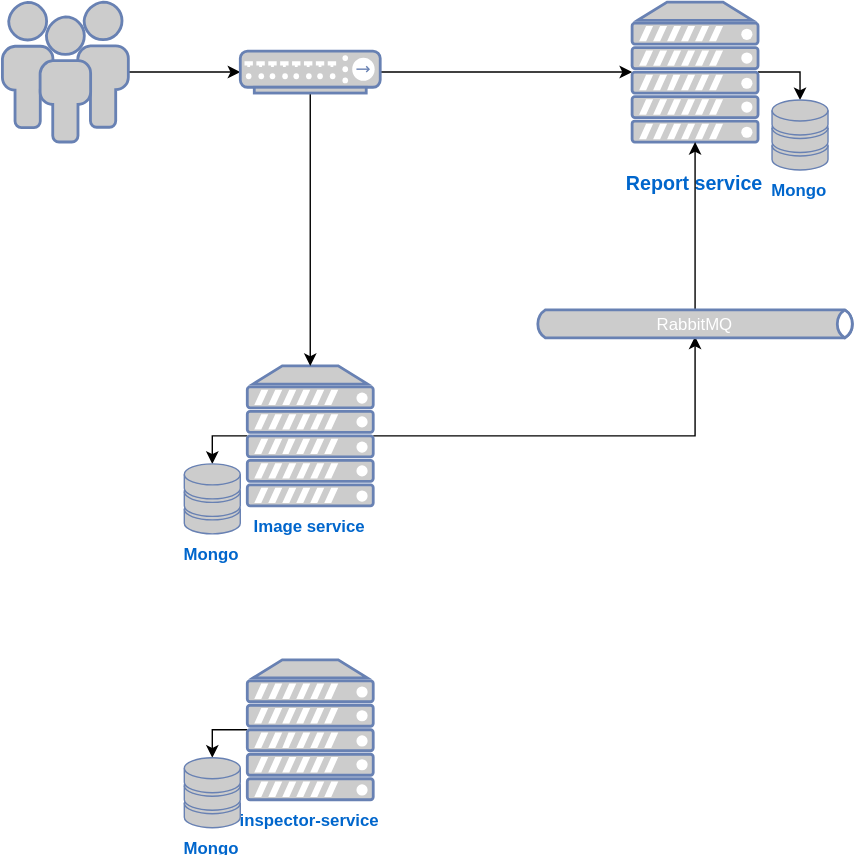
LvivNodeJsClub/parking-snitch keeps this draw.io diagram as docs/parking-snitch.svg. Above is the earlier version. Source tidied: cells renumbered, new cells last; positions are measured from the earlier drawing's top-left corner, leaving out a move shared by most shapes.
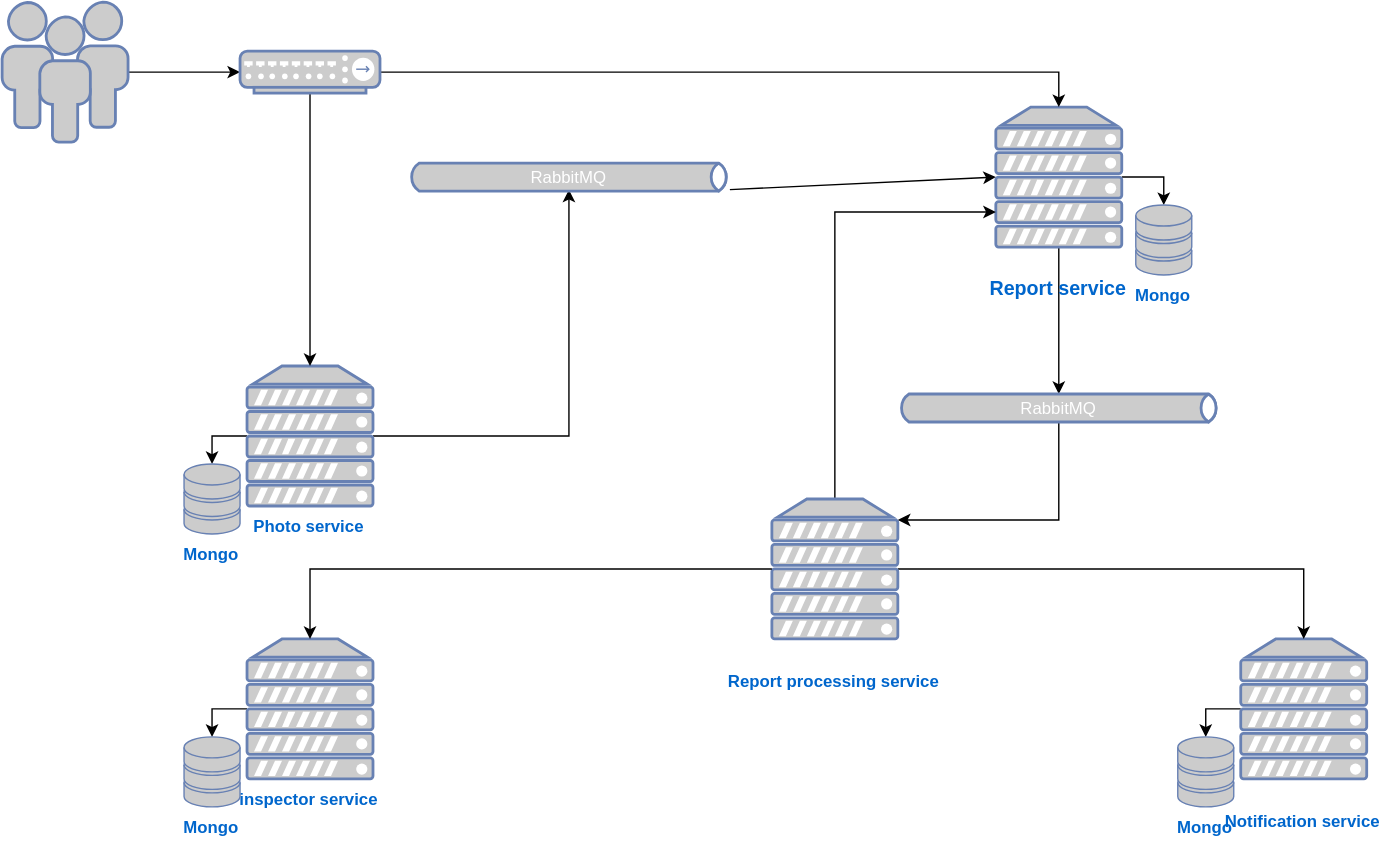
Later version of the same file.

Change to the diagram source:
```diff
@@ -11,11 +11,14 @@
     <mxCell id="4" style="edgeStyle=orthogonalEdgeStyle;rounded=0;html=1;entryX=0.5;entryY=0;entryPerimeter=0;jettySize=auto;" parent="1" edge="1" source="5" target="6">
       <mxGeometry relative="1" as="geometry" />
     </mxCell>
+    <mxCell id="19" style="edgeStyle=orthogonalEdgeStyle;rounded=0;jettySize=auto;html=1;" parent="1" edge="1" source="5" target="28">
+      <mxGeometry relative="1" as="geometry" />
+    </mxCell>
     <mxCell id="5" value="&lt;h3&gt;Report service&lt;/h3&gt;" style="fontColor=#0066CC;verticalAlign=top;verticalLabelPosition=bottom;labelPosition=center;align=center;html=1;outlineConnect=0;fillColor=#CCCCCC;strokeColor=#6881B3;gradientColor=none;gradientDirection=north;strokeWidth=2;shape=mxgraph.networks.server;" parent="1" vertex="1">
-      <mxGeometry x="450" width="90" height="100" as="geometry" />
+      <mxGeometry x="710" y="75" width="90" height="100" as="geometry" />
     </mxCell>
     <mxCell id="6" value="&lt;b&gt;Mongo&lt;/b&gt;" style="fontColor=#0066CC;verticalAlign=top;verticalLabelPosition=bottom;labelPosition=center;align=center;html=1;outlineConnect=0;fillColor=#CCCCCC;strokeColor=#6881B3;gradientColor=none;gradientDirection=north;strokeWidth=2;shape=mxgraph.networks.storage;" parent="1" vertex="1">
-      <mxGeometry x="550" y="70" width="40" height="50" as="geometry" />
+      <mxGeometry x="810" y="145" width="40" height="50" as="geometry" />
     </mxCell>
     <mxCell id="7" style="edgeStyle=orthogonalEdgeStyle;rounded=0;html=1;jettySize=auto;" parent="1" edge="1" source="9" target="11">
       <mxGeometry relative="1" as="geometry" />
@@ -23,16 +26,16 @@
     <mxCell id="8" style="edgeStyle=orthogonalEdgeStyle;rounded=0;html=1;entryX=0.5;entryY=0;entryPerimeter=0;jettySize=auto;" parent="1" edge="1" source="9" target="15">
       <mxGeometry relative="1" as="geometry" />
     </mxCell>
-    <mxCell id="9" value="&lt;b&gt;Image service&lt;/b&gt;&lt;br&gt;" style="fontColor=#0066CC;verticalAlign=top;verticalLabelPosition=bottom;labelPosition=center;align=center;html=1;outlineConnect=0;fillColor=#CCCCCC;strokeColor=#6881B3;gradientColor=none;gradientDirection=north;strokeWidth=2;shape=mxgraph.networks.server;" parent="1" vertex="1">
+    <mxCell id="9" value="&lt;b&gt;Photo service&lt;/b&gt;&lt;br&gt;" style="fontColor=#0066CC;verticalAlign=top;verticalLabelPosition=bottom;labelPosition=center;align=center;html=1;outlineConnect=0;fillColor=#CCCCCC;strokeColor=#6881B3;gradientColor=none;gradientDirection=north;strokeWidth=2;shape=mxgraph.networks.server;" parent="1" vertex="1">
       <mxGeometry x="175" y="260" width="90" height="100" as="geometry" />
     </mxCell>
-    <mxCell id="10" style="edgeStyle=orthogonalEdgeStyle;rounded=0;html=1;jettySize=auto;" parent="1" edge="1" source="11" target="5">
+    <mxCell id="10" style="edgeStyle=orthogonalEdgeStyle;rounded=0;jettySize=auto;html=1;" parent="1" edge="1" source="11" target="5">
       <mxGeometry relative="1" as="geometry" />
     </mxCell>
     <mxCell id="11" value="RabbitMQ&lt;br&gt;" style="html=1;outlineConnect=0;fillColor=#CCCCCC;strokeColor=#6881B3;gradientColor=none;gradientDirection=north;strokeWidth=2;shape=mxgraph.networks.bus;gradientColor=none;gradientDirection=north;fontColor=#ffffff;perimeter=backbonePerimeter;backboneSize=20;" parent="1" vertex="1">
-      <mxGeometry x="380" y="220" width="230" height="20" as="geometry" />
+      <mxGeometry x="290" y="115" width="230" height="20" as="geometry" />
     </mxCell>
-    <mxCell id="12" style="edgeStyle=orthogonalEdgeStyle;rounded=0;html=1;exitX=1;exitY=0.5;exitPerimeter=0;jettySize=auto;" parent="1" edge="1" source="14" target="5">
+    <mxCell id="12" style="edgeStyle=orthogonalEdgeStyle;rounded=0;html=1;exitX=1;exitY=0.5;exitPerimeter=0;jettySize=auto;entryX=0.5;entryY=0;entryDx=0;entryDy=0;entryPerimeter=0;" parent="1" edge="1" source="14" target="5">
       <mxGeometry relative="1" as="geometry" />
     </mxCell>
     <mxCell id="13" style="edgeStyle=orthogonalEdgeStyle;rounded=0;html=1;exitX=0.5;exitY=1;exitPerimeter=0;jettySize=auto;" parent="1" edge="1" source="14" target="9">
@@ -47,11 +50,42 @@
     <mxCell id="16" style="edgeStyle=orthogonalEdgeStyle;rounded=0;html=1;entryX=0.5;entryY=0;entryPerimeter=0;jettySize=auto;" parent="1" edge="1" source="17" target="18">
       <mxGeometry relative="1" as="geometry" />
     </mxCell>
-    <mxCell id="17" value="&lt;span&gt;&lt;b&gt;inspector-service&lt;/b&gt;&lt;/span&gt;&lt;br&gt;" style="fontColor=#0066CC;verticalAlign=top;verticalLabelPosition=bottom;labelPosition=center;align=center;html=1;outlineConnect=0;fillColor=#CCCCCC;strokeColor=#6881B3;gradientColor=none;gradientDirection=north;strokeWidth=2;shape=mxgraph.networks.server;" parent="1" vertex="1">
-      <mxGeometry x="175" y="470" width="90" height="100" as="geometry" />
+    <mxCell id="17" value="&lt;span&gt;&lt;b&gt;inspector service&lt;/b&gt;&lt;/span&gt;&lt;br&gt;" style="fontColor=#0066CC;verticalAlign=top;verticalLabelPosition=bottom;labelPosition=center;align=center;html=1;outlineConnect=0;fillColor=#CCCCCC;strokeColor=#6881B3;gradientColor=none;gradientDirection=north;strokeWidth=2;shape=mxgraph.networks.server;" parent="1" vertex="1">
+      <mxGeometry x="175" y="455" width="90" height="100" as="geometry" />
     </mxCell>
     <mxCell id="18" value="&lt;b&gt;Mongo&lt;/b&gt;" style="fontColor=#0066CC;verticalAlign=top;verticalLabelPosition=bottom;labelPosition=center;align=center;html=1;outlineConnect=0;fillColor=#CCCCCC;strokeColor=#6881B3;gradientColor=none;gradientDirection=north;strokeWidth=2;shape=mxgraph.networks.storage;" parent="1" vertex="1">
-      <mxGeometry x="130" y="540" width="40" height="50" as="geometry" />
+      <mxGeometry x="130" y="525" width="40" height="50" as="geometry" />
     </mxCell>
+    <mxCell id="20" style="edgeStyle=orthogonalEdgeStyle;rounded=0;html=1;entryX=0.5;entryY=0;entryPerimeter=0;jettySize=auto;" parent="1" edge="1" source="21" target="22">
+      <mxGeometry relative="1" as="geometry" />
+    </mxCell>
+    <mxCell id="21" value="&lt;h4&gt;N&lt;a href=&quot;https://github.com/LvivNodeJsClub/parking-snitch/projects/6&quot;&gt;otification service&lt;/a&gt;&lt;/h4&gt;" style="fontColor=#0066CC;verticalAlign=top;verticalLabelPosition=bottom;labelPosition=center;align=center;html=1;outlineConnect=0;fillColor=#CCCCCC;strokeColor=#6881B3;gradientColor=none;gradientDirection=north;strokeWidth=2;shape=mxgraph.networks.server;" parent="1" vertex="1">
+      <mxGeometry x="885" y="455" width="90" height="100" as="geometry" />
+    </mxCell>
+    <mxCell id="22" value="&lt;b&gt;Mongo&lt;/b&gt;" style="fontColor=#0066CC;verticalAlign=top;verticalLabelPosition=bottom;labelPosition=center;align=center;html=1;outlineConnect=0;fillColor=#CCCCCC;strokeColor=#6881B3;gradientColor=none;gradientDirection=north;strokeWidth=2;shape=mxgraph.networks.storage;" parent="1" vertex="1">
+      <mxGeometry x="840" y="525" width="40" height="50" as="geometry" />
+    </mxCell>
+    <mxCell id="23" style="edgeStyle=orthogonalEdgeStyle;rounded=0;jettySize=auto;html=1;entryX=0.5;entryY=0;entryDx=0;entryDy=0;entryPerimeter=0;" parent="1" edge="1" source="25" target="21">
+      <mxGeometry relative="1" as="geometry" />
+    </mxCell>
+    <mxCell id="24" style="edgeStyle=orthogonalEdgeStyle;rounded=0;jettySize=auto;html=1;" parent="1" edge="1" source="25" target="5">
+      <mxGeometry relative="1" as="geometry">
+        <Array as="points">
+          <mxPoint x="595" y="150" />
+        </Array>
+      </mxGeometry>
+    </mxCell>
+    <mxCell id="25" value="&lt;h4&gt;&lt;a href=&quot;https://github.com/LvivNodeJsClub/parking-snitch/projects/7&quot;&gt;Report processing service&lt;/a&gt;&lt;/h4&gt;" style="fontColor=#0066CC;verticalAlign=top;verticalLabelPosition=bottom;labelPosition=center;align=center;html=1;outlineConnect=0;fillColor=#CCCCCC;strokeColor=#6881B3;gradientColor=none;gradientDirection=north;strokeWidth=2;shape=mxgraph.networks.server;" parent="1" vertex="1">
+      <mxGeometry x="550" y="355" width="90" height="100" as="geometry" />
+    </mxCell>
+    <mxCell id="26" style="edgeStyle=orthogonalEdgeStyle;rounded=0;html=1;jettySize=auto;entryX=0.5;entryY=0;entryDx=0;entryDy=0;entryPerimeter=0;" parent="1" edge="1" source="25" target="17">
+      <mxGeometry relative="1" as="geometry" />
+    </mxCell>
+    <mxCell id="27" style="edgeStyle=orthogonalEdgeStyle;rounded=0;jettySize=auto;html=1;entryX=1;entryY=0.15;entryDx=0;entryDy=0;entryPerimeter=0;" parent="1" edge="1" source="28" target="25">
+      <mxGeometry relative="1" as="geometry" />
+    </mxCell>
+    <mxCell id="28" value="RabbitMQ&lt;br&gt;" style="html=1;outlineConnect=0;fillColor=#CCCCCC;strokeColor=#6881B3;gradientColor=none;gradientDirection=north;strokeWidth=2;shape=mxgraph.networks.bus;gradientColor=none;gradientDirection=north;fontColor=#ffffff;perimeter=backbonePerimeter;backboneSize=20;" parent="1" vertex="1">
+      <mxGeometry x="640" y="280" width="230" height="20" as="geometry" />
+    </mxCell>
   </root>
 </mxGraphModel>
```
